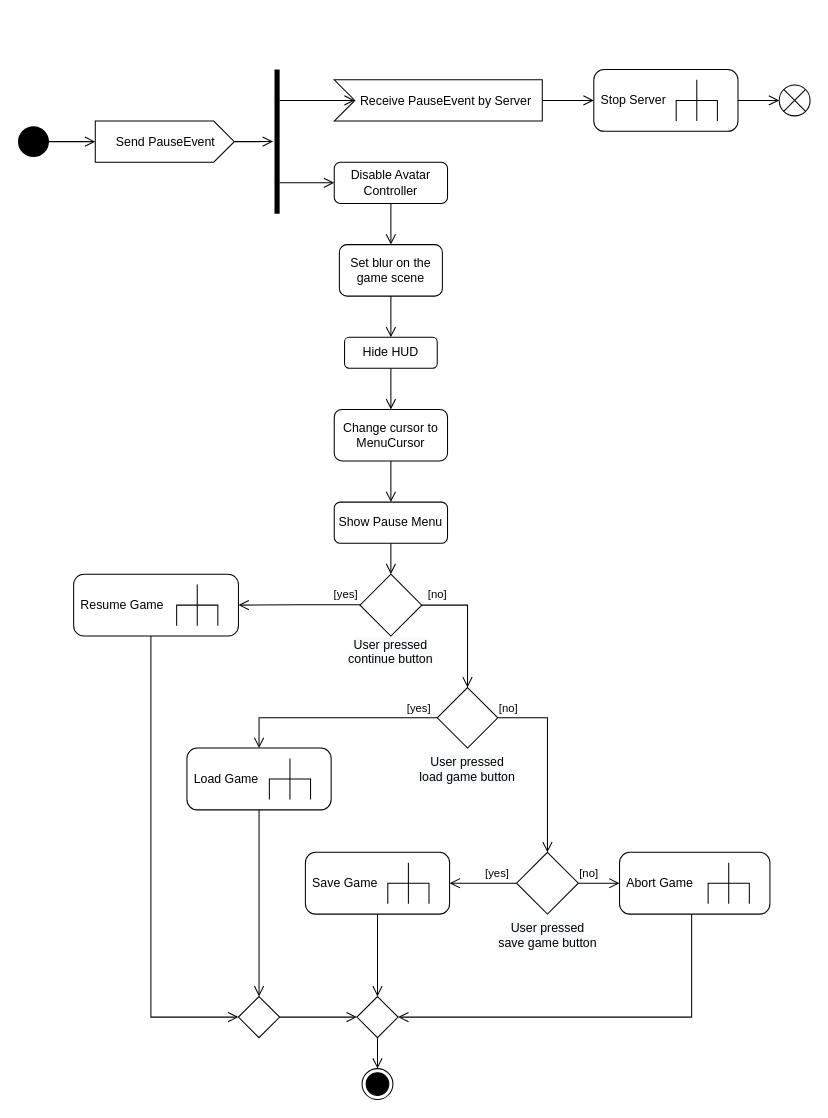
This is doc/activity_diagrams/singleplayer/pause_game.drawio from TadekBiela/heisttown, a draw.io file, before an edit. Source tidied: cells renumbered, new cells numbered last; positions are measured from the earlier drawing's top-left corner, leaving out a move shared by most shapes. Both pictures are drawn from the tidied source at 103%, with x=0, y=0 at pixel (18, 69).
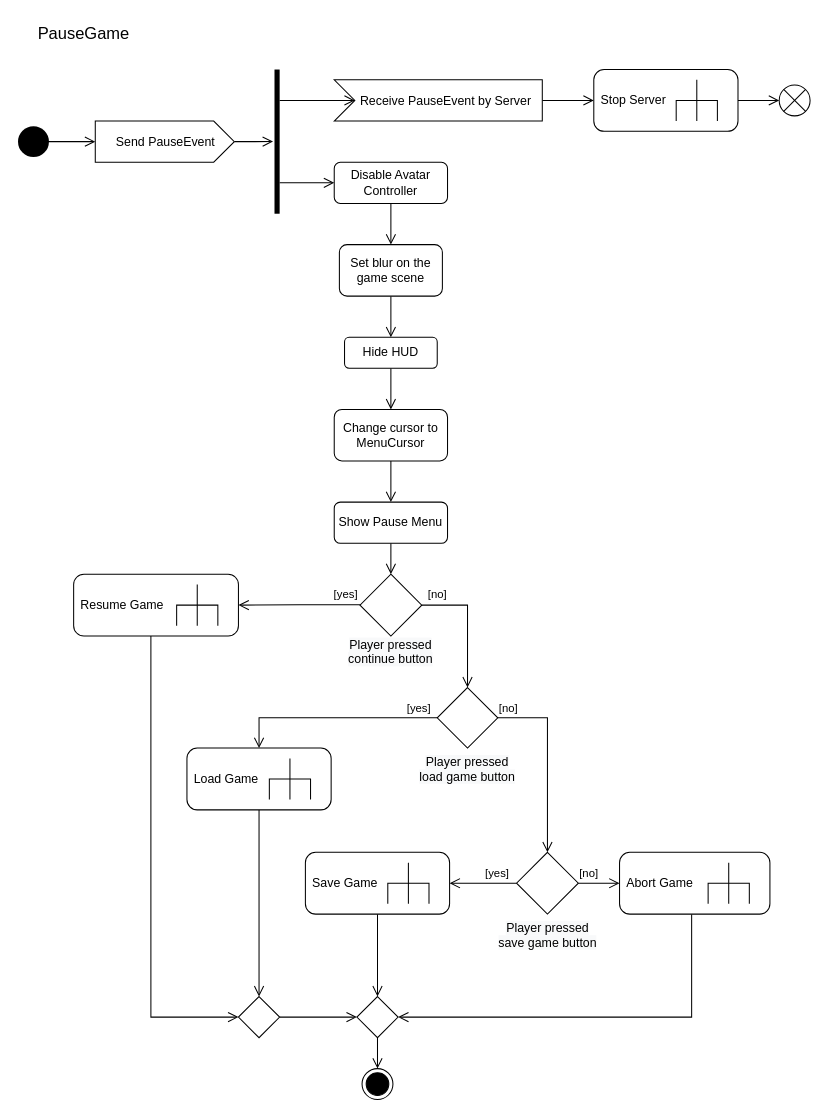
After the change.

Commit message (it also covers changes not shown here):
Update pause game singleplayer activity diagram

The edit, as a diff of the source:
```diff
@@
-    <mxCell id="20" value="&lt;span style=&quot;color: rgb(0, 0, 0); font-family: Helvetica; font-size: 12px; font-style: normal; font-variant-ligatures: normal; font-variant-caps: normal; font-weight: 400; letter-spacing: normal; orphans: 2; text-indent: 0px; text-transform: none; widows: 2; word-spacing: 0px; -webkit-text-stroke-width: 0px; background-color: rgb(248, 249, 250); text-decoration-thickness: initial; text-decoration-style: initial; text-decoration-color: initial; float: none; display: inline !important;&quot;&gt;User pressed continue button&lt;/span&gt;" style="text;whiteSpace=wrap;html=1;align=center;" parent="1" vertex="1">
+    <mxCell id="20" value="&lt;span style=&quot;color: rgb(0, 0, 0); font-family: Helvetica; font-size: 12px; font-style: normal; font-variant-ligatures: normal; font-variant-caps: normal; font-weight: 400; letter-spacing: normal; orphans: 2; text-indent: 0px; text-transform: none; widows: 2; word-spacing: 0px; -webkit-text-stroke-width: 0px; background-color: rgb(248, 249, 250); text-decoration-thickness: initial; text-decoration-style: initial; text-decoration-color: initial; float: none; display: inline !important;&quot;&gt;Player pressed continue button&lt;/span&gt;" style="text;whiteSpace=wrap;html=1;align=center;" parent="1" vertex="1">
       <mxGeometry x="317" y="545" width="90" height="40" as="geometry" />
     </mxCell>
@@
-    <mxCell id="24" value="&lt;span style=&quot;color: rgb(0, 0, 0); font-family: Helvetica; font-size: 12px; font-style: normal; font-variant-ligatures: normal; font-variant-caps: normal; font-weight: 400; letter-spacing: normal; orphans: 2; text-indent: 0px; text-transform: none; widows: 2; word-spacing: 0px; -webkit-text-stroke-width: 0px; background-color: rgb(248, 249, 250); text-decoration-thickness: initial; text-decoration-style: initial; text-decoration-color: initial; float: none; display: inline !important;&quot;&gt;User pressed load game button&lt;/span&gt;" style="text;whiteSpace=wrap;html=1;align=center;" parent="1" vertex="1">
+    <mxCell id="24" value="&lt;span style=&quot;color: rgb(0, 0, 0); font-family: Helvetica; font-size: 12px; font-style: normal; font-variant-ligatures: normal; font-variant-caps: normal; font-weight: 400; letter-spacing: normal; orphans: 2; text-indent: 0px; text-transform: none; widows: 2; word-spacing: 0px; -webkit-text-stroke-width: 0px; background-color: rgb(248, 249, 250); text-decoration-thickness: initial; text-decoration-style: initial; text-decoration-color: initial; float: none; display: inline !important;&quot;&gt;Player pressed load game button&lt;/span&gt;" style="text;whiteSpace=wrap;html=1;align=center;" parent="1" vertex="1">
       <mxGeometry x="387.1" y="658.8" width="98.5" height="40" as="geometry" />
     </mxCell>
@@
-    <mxCell id="29" value="&lt;span style=&quot;color: rgb(0, 0, 0); font-family: Helvetica; font-size: 12px; font-style: normal; font-variant-ligatures: normal; font-variant-caps: normal; font-weight: 400; letter-spacing: normal; orphans: 2; text-indent: 0px; text-transform: none; widows: 2; word-spacing: 0px; -webkit-text-stroke-width: 0px; background-color: rgb(248, 249, 250); text-decoration-thickness: initial; text-decoration-style: initial; text-decoration-color: initial; float: none; display: inline !important;&quot;&gt;User pressed save game button&lt;/span&gt;" style="text;whiteSpace=wrap;html=1;align=center;" parent="1" vertex="1">
+    <mxCell id="29" value="&lt;span style=&quot;color: rgb(0, 0, 0); font-family: Helvetica; font-size: 12px; font-style: normal; font-variant-ligatures: normal; font-variant-caps: normal; font-weight: 400; letter-spacing: normal; orphans: 2; text-indent: 0px; text-transform: none; widows: 2; word-spacing: 0px; -webkit-text-stroke-width: 0px; background-color: rgb(248, 249, 250); text-decoration-thickness: initial; text-decoration-style: initial; text-decoration-color: initial; float: none; display: inline !important;&quot;&gt;Player pressed save game button&lt;/span&gt;" style="text;whiteSpace=wrap;html=1;align=center;" parent="1" vertex="1">
       <mxGeometry x="464.8" y="820" width="98.5" height="40" as="geometry" />
     </mxCell>
@@
+    <mxCell id="50" value="PauseGame" style="text;html=1;strokeColor=none;fillColor=none;align=center;verticalAlign=middle;whiteSpace=wrap;rounded=0;fontSize=16;" parent="1" vertex="1">
+      <mxGeometry x="19" y="-50" width="90" height="30" as="geometry" />
+    </mxCell>
```
